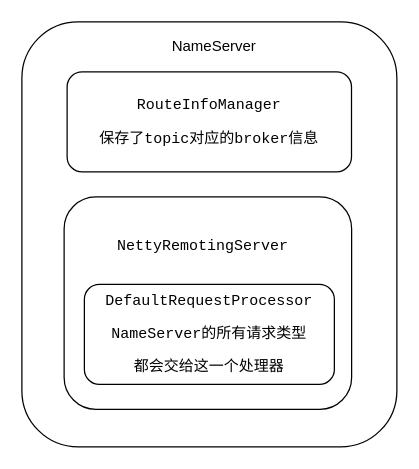
This is rocketmq/nameserver各种组件.drawio from erlieStar/diagrams, a draw.io file, before an edit. Source tidied: cells renumbered, new cells numbered last; positions are measured from the earlier drawing's top-left corner, leaving out a move shared by most shapes. Both pictures are drawn from the tidied source at 125%, with x=0, y=0 at pixel (21, 21).
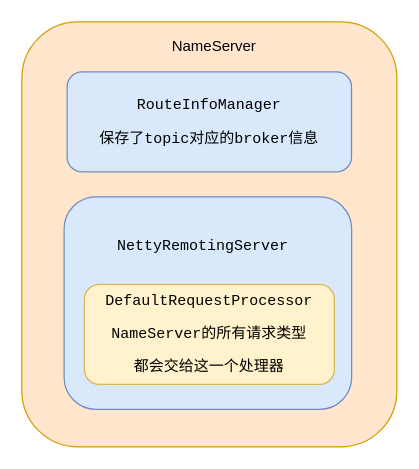
The same diagram, later.

What changed in the source:
```diff
@@
 <mxGraphModel>
   <root>
     <mxCell id="0" />
     <mxCell id="1" parent="0" />
-    <mxCell id="2" style="rounded=1;whiteSpace=wrap;html=1;" parent="1" vertex="1">
+    <mxCell id="2" style="rounded=1;whiteSpace=wrap;html=1;fillColor=#ffe6cc;strokeColor=#d79b00;" parent="1" vertex="1">
       <mxGeometry width="300" height="340" as="geometry" />
     </mxCell>
     <mxCell id="3" value="NameServer" style="text;html=1;strokeColor=none;fillColor=none;align=center;verticalAlign=middle;whiteSpace=wrap;rounded=0;" parent="1" vertex="1">
       <mxGeometry x="109" y="10" width="90" height="20" as="geometry" />
     </mxCell>
-    <mxCell id="4" value="&lt;pre&gt;RouteInfoManager&lt;/pre&gt;&lt;pre&gt;保存了topic对应的broker信息&lt;/pre&gt;" style="rounded=1;whiteSpace=wrap;html=1;" parent="1" vertex="1">
+    <mxCell id="4" value="&lt;pre&gt;RouteInfoManager&lt;/pre&gt;&lt;pre&gt;保存了topic对应的broker信息&lt;/pre&gt;" style="rounded=1;whiteSpace=wrap;html=1;fillColor=#dae8fc;strokeColor=#6c8ebf;" parent="1" vertex="1">
       <mxGeometry x="36.2" y="40" width="227.5" height="80" as="geometry" />
     </mxCell>
-    <mxCell id="5" value="&lt;pre&gt;&lt;pre&gt;&lt;br&gt;&lt;/pre&gt;&lt;/pre&gt;" style="rounded=1;whiteSpace=wrap;html=1;" parent="1" vertex="1">
+    <mxCell id="5" value="&lt;pre&gt;&lt;pre&gt;&lt;br&gt;&lt;/pre&gt;&lt;/pre&gt;" style="rounded=1;whiteSpace=wrap;html=1;fillColor=#dae8fc;strokeColor=#6c8ebf;" parent="1" vertex="1">
       <mxGeometry x="33.8" y="140" width="230" height="170" as="geometry" />
     </mxCell>
     <mxCell id="6" value="&lt;pre&gt;NettyRemotingServer&lt;/pre&gt;" style="text;html=1;strokeColor=none;fillColor=none;align=center;verticalAlign=middle;whiteSpace=wrap;rounded=0;" parent="1" vertex="1">
       <mxGeometry x="55" y="170" width="180" height="20" as="geometry" />
     </mxCell>
-    <mxCell id="7" value="&lt;pre&gt;DefaultRequestProcessor&lt;/pre&gt;&lt;pre&gt;NameServer的所有请求类型&lt;/pre&gt;&lt;pre&gt;都会交给这一个处理器&lt;/pre&gt;" style="rounded=1;whiteSpace=wrap;html=1;" parent="1" vertex="1">
+    <mxCell id="7" value="&lt;pre&gt;DefaultRequestProcessor&lt;/pre&gt;&lt;pre&gt;NameServer的所有请求类型&lt;/pre&gt;&lt;pre&gt;都会交给这一个处理器&lt;/pre&gt;" style="rounded=1;whiteSpace=wrap;html=1;fillColor=#fff2cc;strokeColor=#d6b656;" parent="1" vertex="1">
       <mxGeometry x="50" y="210" width="200" height="80" as="geometry" />
     </mxCell>
   </root>
 </mxGraphModel>
```
